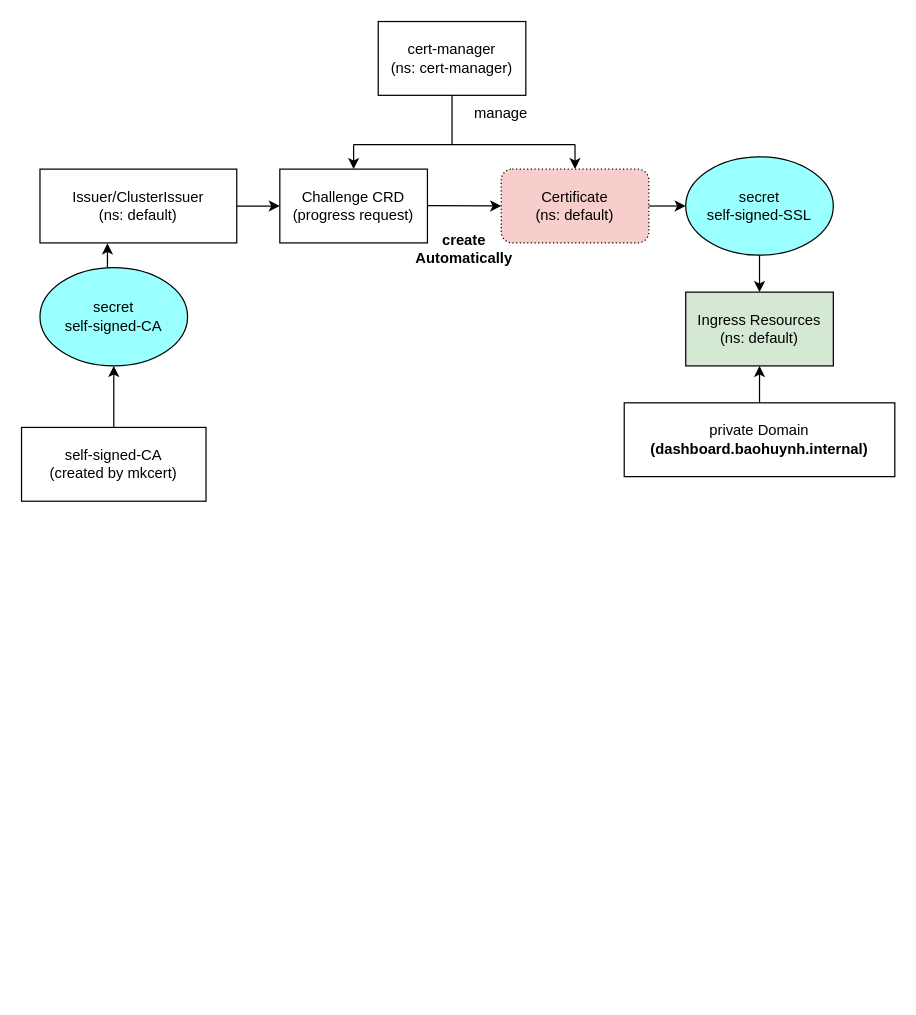
The draw.io diagram images/cert-manager-workflow.drawio in baohuynh09/letsencrypt-cert-manager, before the edit. Source tidied: cells renumbered, new cells numbered last; positions are measured from the earlier drawing's top-left corner, leaving out a move shared by most shapes. Both pictures are drawn from the tidied source at 123%, with x=0, y=0 at pixel (21, 21).
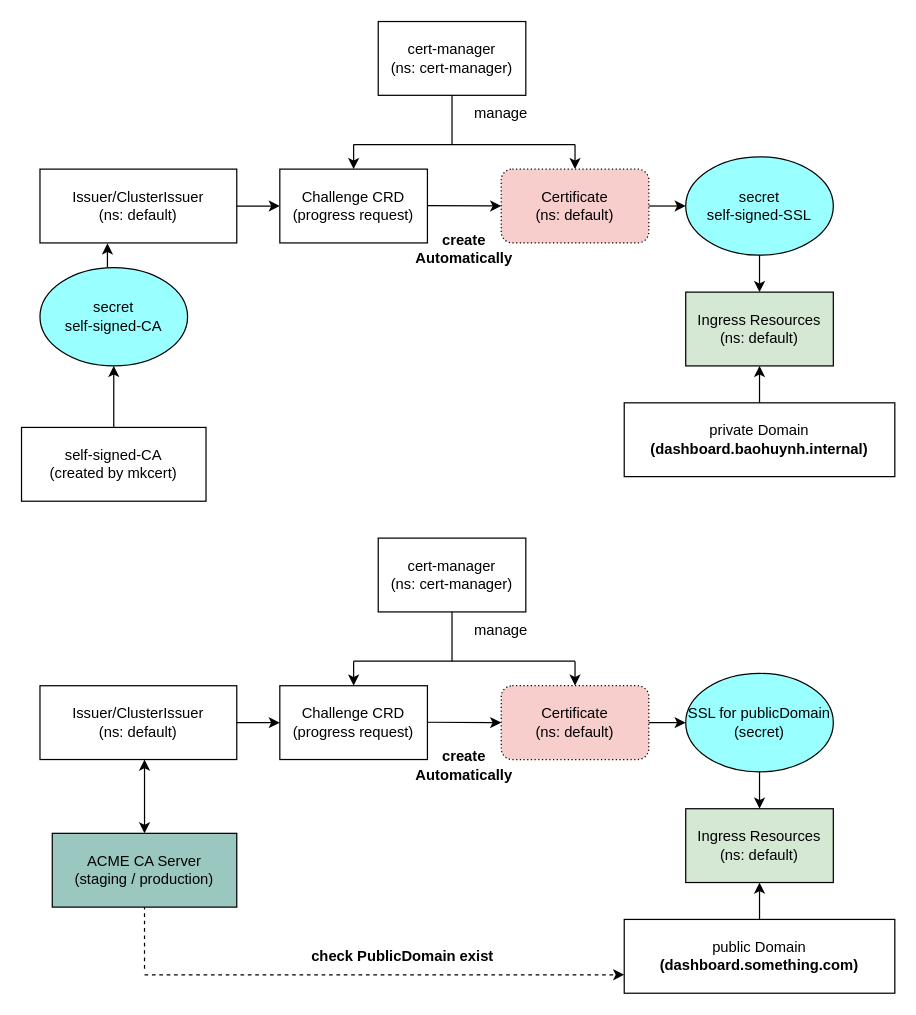
Above is the later version.

Commit message (it also covers changes not shown here):
[3rd] add picture workflow of cert-manager

Change to the diagram source:
```diff
@@
+    <mxCell id="24" value="cert-manager&lt;br&gt;(ns: cert-manager)" style="rounded=0;whiteSpace=wrap;html=1;" parent="1" vertex="1">
+      <mxGeometry x="290" y="420" width="120" height="60" as="geometry" />
+    </mxCell>
+    <mxCell id="25" value="Ingress Resources&lt;br&gt;(ns: default)" style="rounded=0;whiteSpace=wrap;html=1;fillColor=#D5E8D4;" parent="1" vertex="1">
+      <mxGeometry x="540" y="640" width="120" height="60" as="geometry" />
+    </mxCell>
+    <mxCell id="26" value="Issuer/ClusterIssuer&lt;br&gt;(ns: default)" style="rounded=0;whiteSpace=wrap;html=1;" parent="1" vertex="1">
+      <mxGeometry x="15" y="540" width="160" height="60" as="geometry" />
+    </mxCell>
+    <mxCell id="27" value="Certificate&lt;br&gt;(ns: default)" style="rounded=1;whiteSpace=wrap;html=1;dashed=1;dashPattern=1 2;fillColor=#F8CECC;" parent="1" vertex="1">
+      <mxGeometry x="390" y="540" width="120" height="60" as="geometry" />
+    </mxCell>
+    <mxCell id="28" value="ACME CA Server&lt;br&gt;(staging / production)" style="rounded=0;whiteSpace=wrap;html=1;fillColor=#9AC7BF;" parent="1" vertex="1">
+      <mxGeometry x="25" y="660" width="150" height="60" as="geometry" />
+    </mxCell>
+    <mxCell id="29" value="SSL for publicDomain&lt;br&gt;(secret)" style="ellipse;whiteSpace=wrap;html=1;fillColor=#99FFFF;" parent="1" vertex="1">
+      <mxGeometry x="540" y="530" width="120" height="80" as="geometry" />
+    </mxCell>
+    <mxCell id="30" value="public Domain&lt;br&gt;&lt;b&gt;(dashboard.something.com)&lt;/b&gt;" style="rounded=0;whiteSpace=wrap;html=1;" parent="1" vertex="1">
+      <mxGeometry x="490" y="730" width="220" height="60" as="geometry" />
+    </mxCell>
+    <mxCell id="31" value="Challenge CRD&lt;br&gt;(progress request)" style="rounded=0;whiteSpace=wrap;html=1;" parent="1" vertex="1">
+      <mxGeometry x="210" y="540" width="120" height="60" as="geometry" />
+    </mxCell>
+    <mxCell id="32" style="endArrow=classic;html=1;entryX=0.5;entryY=0;entryDx=0;entryDy=0;" parent="1" edge="1" target="31">
+      <mxGeometry relative="1" as="geometry">
+        <mxPoint x="270" y="520" as="sourcePoint" />
+      </mxGeometry>
+    </mxCell>
+    <mxCell id="33" style="endArrow=classic;html=1;entryX=0.5;entryY=0;entryDx=0;entryDy=0;" parent="1" edge="1" target="27">
+      <mxGeometry relative="1" as="geometry">
+        <mxPoint x="450" y="520" as="sourcePoint" />
+      </mxGeometry>
+    </mxCell>
+    <mxCell id="34" style="endArrow=none;html=1;" parent="1" edge="1">
+      <mxGeometry relative="1" as="geometry">
+        <mxPoint x="270" y="520" as="sourcePoint" />
+        <mxPoint x="450" y="520" as="targetPoint" />
+      </mxGeometry>
+    </mxCell>
+    <mxCell id="35" style="endArrow=none;html=1;entryX=0.5;entryY=1;entryDx=0;entryDy=0;" parent="1" edge="1" target="24">
+      <mxGeometry relative="1" as="geometry">
+        <mxPoint x="350" y="520" as="sourcePoint" />
+      </mxGeometry>
+    </mxCell>
+    <mxCell id="36" value="manage" style="text;html=1;strokeColor=none;fillColor=none;align=center;verticalAlign=middle;whiteSpace=wrap;rounded=0;dashed=1;dashPattern=1 2;" parent="1" vertex="1">
+      <mxGeometry x="360" y="490" width="60" height="10" as="geometry" />
+    </mxCell>
+    <mxCell id="37" style="endArrow=classic;html=1;exitX=0.5;exitY=1;exitDx=0;exitDy=0;" parent="1" edge="1" source="29" target="25">
+      <mxGeometry relative="1" as="geometry" />
+    </mxCell>
+    <mxCell id="38" style="endArrow=classic;html=1;entryX=0.5;entryY=1;entryDx=0;entryDy=0;" parent="1" edge="1" source="30" target="25">
+      <mxGeometry relative="1" as="geometry" />
+    </mxCell>
+    <mxCell id="39" style="endArrow=classic;html=1;exitX=1;exitY=0.5;exitDx=0;exitDy=0;entryX=0;entryY=0.5;entryDx=0;entryDy=0;" parent="1" edge="1" source="26" target="31">
+      <mxGeometry relative="1" as="geometry" />
+    </mxCell>
+    <mxCell id="40" style="endArrow=classic;html=1;exitX=1;exitY=0.5;exitDx=0;exitDy=0;entryX=0;entryY=0.5;entryDx=0;entryDy=0;" parent="1" edge="1" target="27">
+      <mxGeometry relative="1" as="geometry">
+        <mxPoint x="330" y="569.7" as="sourcePoint" />
+      </mxGeometry>
+    </mxCell>
+    <mxCell id="41" style="endArrow=classic;html=1;entryX=0;entryY=0.5;entryDx=0;entryDy=0;" parent="1" edge="1">
+      <mxGeometry relative="1" as="geometry">
+        <mxPoint x="510" y="570" as="sourcePoint" />
+        <mxPoint x="540" y="570" as="targetPoint" />
+      </mxGeometry>
+    </mxCell>
+    <mxCell id="42" value="&lt;b&gt;create Automatically&lt;/b&gt;" style="text;html=1;strokeColor=none;fillColor=none;align=center;verticalAlign=middle;whiteSpace=wrap;rounded=0;dashed=1;dashPattern=1 2;" parent="1" vertex="1">
+      <mxGeometry x="330" y="600" width="60" height="10" as="geometry" />
+    </mxCell>
+    <mxCell id="43" style="endArrow=classic;startArrow=classic;html=1;exitX=0.5;exitY=0;exitDx=0;exitDy=0;" parent="1" edge="1" source="28">
+      <mxGeometry relative="1" as="geometry">
+        <mxPoint x="100" y="600" as="targetPoint" />
+      </mxGeometry>
+    </mxCell>
+    <mxCell id="44" style="endArrow=none;dashed=1;html=1;entryX=0.5;entryY=1;entryDx=0;entryDy=0;" parent="1" edge="1" target="28">
+      <mxGeometry relative="1" as="geometry">
+        <mxPoint x="100" y="770" as="sourcePoint" />
+      </mxGeometry>
+    </mxCell>
+    <mxCell id="45" style="endArrow=classic;html=1;entryX=0;entryY=0.75;entryDx=0;entryDy=0;dashed=1;" parent="1" edge="1" target="30">
+      <mxGeometry relative="1" as="geometry">
+        <mxPoint x="100" y="775" as="sourcePoint" />
+      </mxGeometry>
+    </mxCell>
+    <mxCell id="46" value="&lt;b&gt;check PublicDomain exist&lt;/b&gt;" style="text;html=1;strokeColor=none;fillColor=none;align=center;verticalAlign=middle;whiteSpace=wrap;rounded=0;dashed=1;dashPattern=1 2;" parent="1" vertex="1">
+      <mxGeometry x="210" y="750" width="200" height="20" as="geometry" />
+    </mxCell>
```
